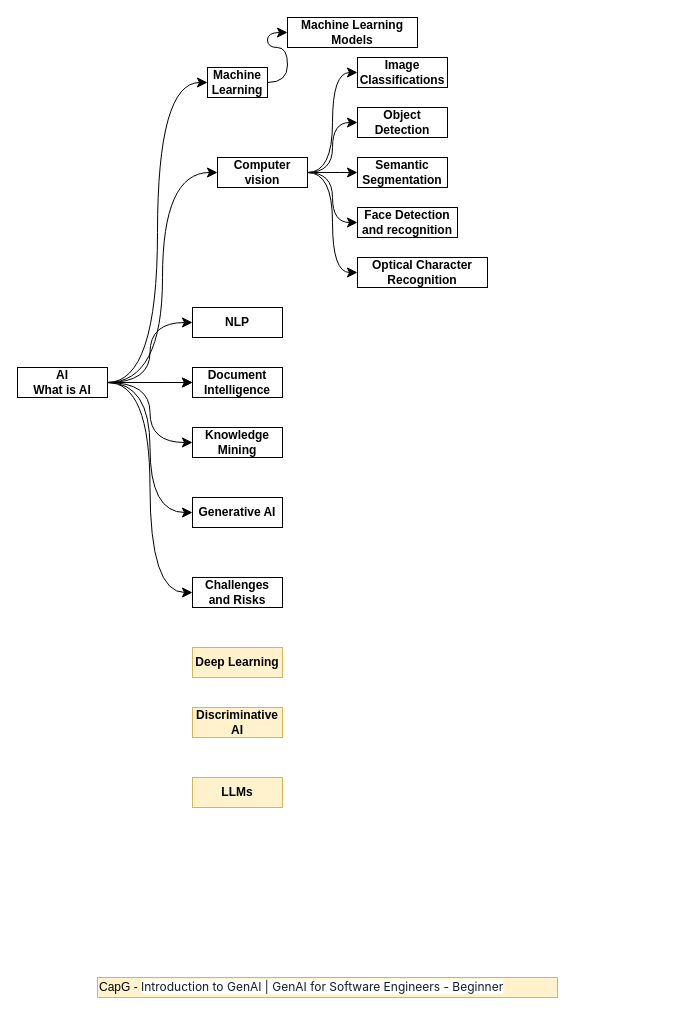
Earlier version of the draw.io diagram page "AI" (1 of 3) of AI.drawio (Gaur4vGaur/probable-octo). Source tidied: cells renumbered, new cells numbered last; positions are measured from the earlier drawing's top-left corner, leaving out a move shared by most shapes. Both pictures are drawn from the tidied source at 100%, with x=0, y=0 at pixel (17, 17).
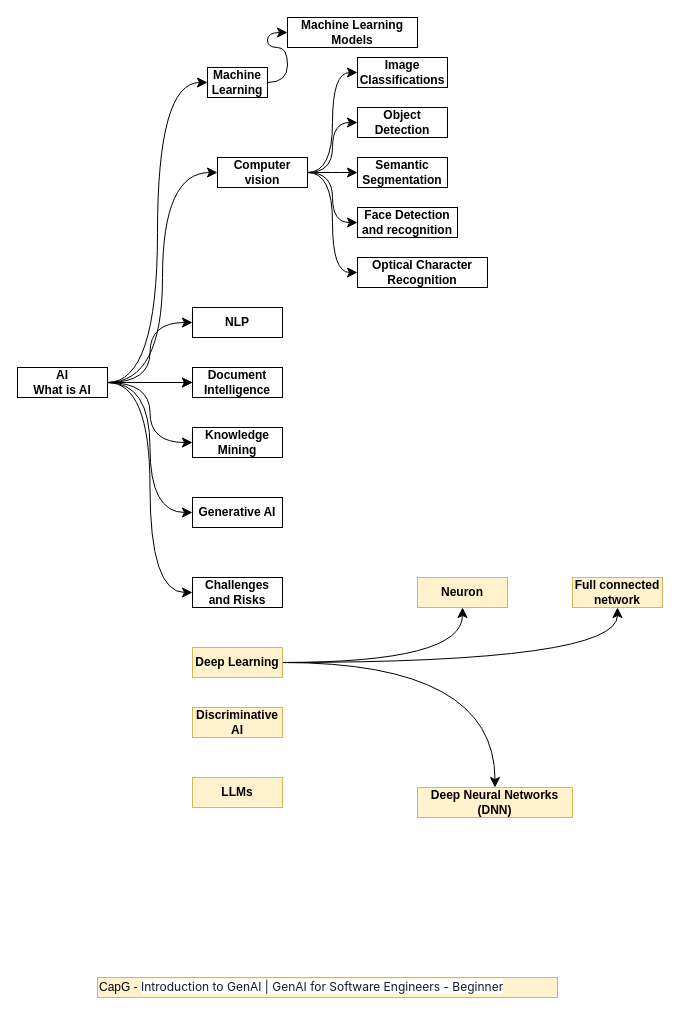
The same diagram, later.

Unchanged cells that the change refers to:
```xml
<mxCell id="30" value="&lt;b&gt;Deep Learning&lt;/b&gt;" style="rounded=0;whiteSpace=wrap;html=1;fillColor=#fff2cc;strokeColor=#d6b656;" parent="1" vertex="1">
  <mxGeometry x="175" y="630" width="90" height="30" as="geometry" />
</mxCell>
```

Change to the diagram source:
```diff
@@
+    <mxCell id="34" style="edgeStyle=orthogonalEdgeStyle;curved=1;rounded=0;jettySize=auto;html=1;fontSize=12;startSize=8;endSize=8;" parent="1" edge="1" source="30" target="37">
+      <mxGeometry relative="1" as="geometry" />
+    </mxCell>
+    <mxCell id="35" style="edgeStyle=orthogonalEdgeStyle;curved=1;rounded=0;jettySize=auto;html=1;fontSize=12;startSize=8;endSize=8;" parent="1" edge="1" source="30" target="38">
+      <mxGeometry relative="1" as="geometry" />
+    </mxCell>
+    <mxCell id="36" style="edgeStyle=orthogonalEdgeStyle;curved=1;rounded=0;jettySize=auto;html=1;strokeColor=default;align=center;verticalAlign=middle;fontFamily=Helvetica;fontSize=12;fontColor=default;labelBackgroundColor=default;startSize=8;endArrow=classic;endSize=8;" parent="1" edge="1" source="30" target="39">
+      <mxGeometry relative="1" as="geometry" />
+    </mxCell>
@@
+    <mxCell id="37" value="&lt;b&gt;Neuron&lt;/b&gt;" style="rounded=0;whiteSpace=wrap;html=1;fillColor=#fff2cc;strokeColor=#d6b656;" parent="1" vertex="1">
+      <mxGeometry x="400" y="560" width="90" height="30" as="geometry" />
+    </mxCell>
+    <mxCell id="38" value="&lt;b&gt;Deep Neural Networks (DNN)&lt;/b&gt;" style="rounded=0;whiteSpace=wrap;html=1;fillColor=#fff2cc;strokeColor=#d6b656;" parent="1" vertex="1">
+      <mxGeometry x="400" y="770" width="155" height="30" as="geometry" />
+    </mxCell>
+    <mxCell id="39" value="&lt;b&gt;Full connected network&lt;/b&gt;" style="rounded=0;whiteSpace=wrap;html=1;fillColor=#fff2cc;strokeColor=#d6b656;" parent="1" vertex="1">
+      <mxGeometry x="555" y="560" width="90" height="30" as="geometry" />
+    </mxCell>
```
